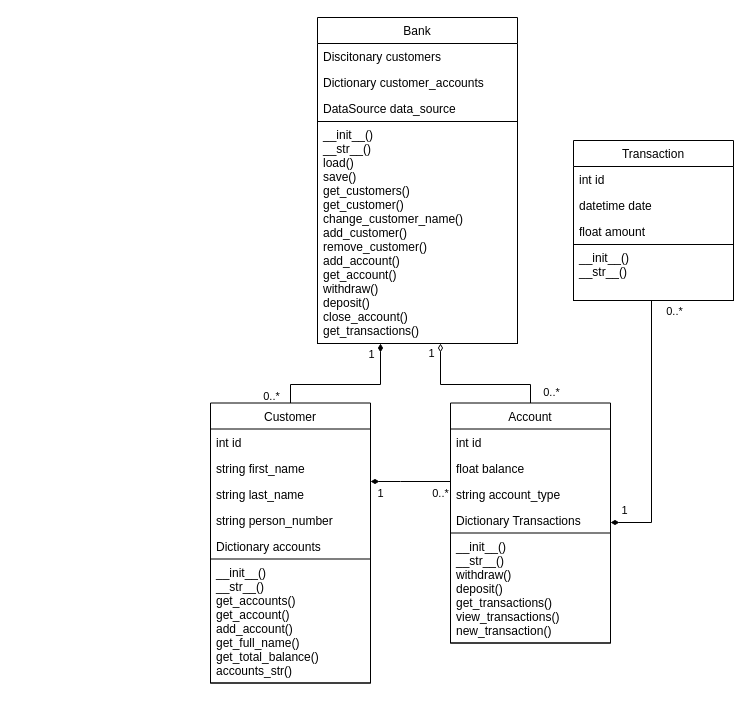
Earlier version of the draw.io diagram ai/assignments/bank/Untitled Diagram.drawio (gamebacon/Lektioner). Source tidied: cells renumbered, new cells numbered last; positions are measured from the earlier drawing's top-left corner, leaving out a move shared by most shapes. Both pictures are drawn from the tidied source at 100%, with x=0, y=0 at pixel (210, 17).
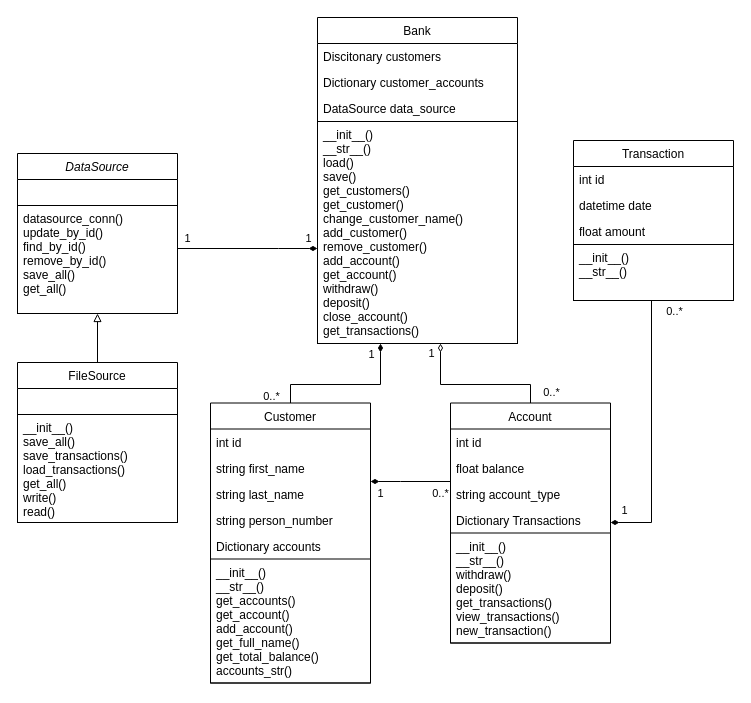
The same diagram, later.

The change refers to these unchanged cells:
```xml
<mxCell id="8" value="Bank" style="swimlane;fontStyle=0;align=center;verticalAlign=top;horizontal=1;startSize=26;rounded=0;shadow=0;strokeWidth=1;" parent="1" vertex="1">
  <mxGeometry x="107" width="200" height="326" as="geometry" />
</mxCell>
```

What changed in the source:
```diff
@@
+    <mxCell id="36" style="edgeStyle=orthogonalEdgeStyle;rounded=0;jettySize=auto;html=1;endArrow=diamondThin;endFill=1;" parent="1" edge="1" source="39" target="8">
+      <mxGeometry relative="1" as="geometry">
+        <Array as="points">
+          <mxPoint x="68" y="231" />
+          <mxPoint x="68" y="231" />
+        </Array>
+      </mxGeometry>
+    </mxCell>
+    <mxCell id="37" value="1" style="edgeLabel;html=1;align=center;verticalAlign=middle;" parent="36" vertex="1">
+      <mxGeometry x="0.16" y="1" relative="1" as="geometry">
+        <mxPoint x="-72" y="-10" as="offset" />
+      </mxGeometry>
+    </mxCell>
+    <mxCell id="38" value="1" style="edgeLabel;html=1;align=center;verticalAlign=middle;" parent="36" vertex="1">
+      <mxGeometry x="0.65" y="1" relative="1" as="geometry">
+        <mxPoint x="14" y="-10" as="offset" />
+      </mxGeometry>
+    </mxCell>
+    <mxCell id="39" value="DataSource" style="swimlane;fontStyle=2;align=center;verticalAlign=top;horizontal=1;startSize=26;rounded=0;shadow=0;strokeWidth=1;" parent="1" vertex="1">
+      <mxGeometry x="-193" y="136" width="160" height="160" as="geometry" />
+    </mxCell>
+    <mxCell id="40" value=" " style="text;align=left;verticalAlign=top;spacingLeft=4;spacingRight=4;overflow=hidden;rounded=0;shadow=0;html=0;" parent="39" vertex="1">
+      <mxGeometry y="26" width="160" height="26" as="geometry" />
+    </mxCell>
+    <mxCell id="41" value="datasource_conn()&#10;update_by_id()&#10;find_by_id()&#10;remove_by_id()&#10;save_all()&#10;get_all()&#10;&#10;" style="text;align=left;verticalAlign=top;spacingLeft=4;spacingRight=4;overflow=hidden;rounded=0;shadow=0;html=0;strokeColor=default;" parent="39" vertex="1">
+      <mxGeometry y="52" width="160" height="108" as="geometry" />
+    </mxCell>
+    <mxCell id="42" style="edgeStyle=orthogonalEdgeStyle;rounded=0;jettySize=auto;html=1;endArrow=block;endFill=0;" parent="1" edge="1" source="43" target="39">
+      <mxGeometry relative="1" as="geometry" />
+    </mxCell>
+    <mxCell id="43" value="FileSource" style="swimlane;fontStyle=0;align=center;verticalAlign=top;horizontal=1;startSize=26;rounded=0;shadow=0;strokeWidth=1;" parent="1" vertex="1">
+      <mxGeometry x="-193" y="345" width="160" height="160" as="geometry" />
+    </mxCell>
+    <mxCell id="44" value=" " style="text;align=left;verticalAlign=top;spacingLeft=4;spacingRight=4;overflow=hidden;rounded=0;shadow=0;html=0;" parent="43" vertex="1">
+      <mxGeometry y="26" width="160" height="26" as="geometry" />
+    </mxCell>
+    <mxCell id="45" value="__init__()&#10;save_all()&#10;save_transactions()&#10;load_transactions()&#10;get_all()&#10;write()&#10;read()&#10;" style="text;align=left;verticalAlign=top;spacingLeft=4;spacingRight=4;overflow=hidden;rounded=0;shadow=0;html=0;strokeColor=default;" parent="43" vertex="1">
+      <mxGeometry y="52" width="160" height="108" as="geometry" />
+    </mxCell>
```
